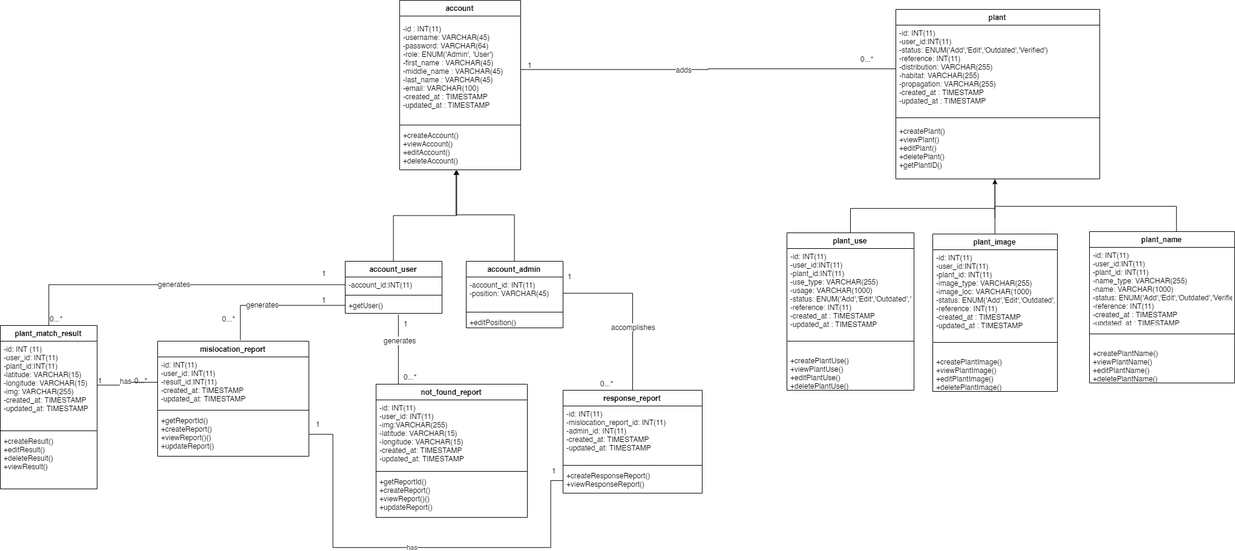
seans888/project--lyf keeps this draw.io diagram as Documentations/Diagrams/2-Class Diagram/Class Diagram.png. Above is the earlier version. Source tidied: cells renumbered, new cells last; positions are measured from the earlier drawing's top-left corner, leaving out a move shared by most shapes.
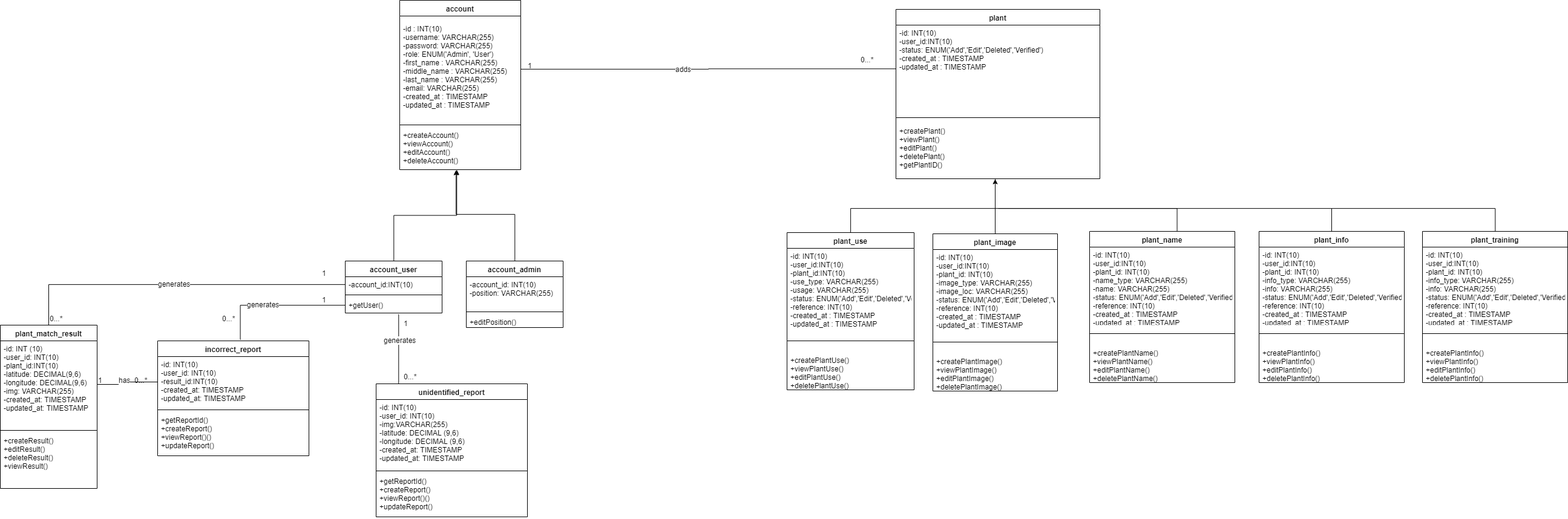
After the change.

Change to the diagram source:
```diff
@@ -7,3 +7,3 @@
     </mxCell>
-    <mxCell id="3" value="&#10;-id : INT(11)&#10;-username: VARCHAR(45)&#10;-password: VARCHAR(64)&#10;-role: ENUM('Admin', 'User')&#10;-first_name : VARCHAR(45)&#10;-middle_name : VARCHAR(45)&#10;-last_name : VARCHAR(45)&#10;-email: VARCHAR(100)&#10;-created_at : TIMESTAMP&#10;-updated_at : TIMESTAMP&#10;&#10;" style="text;strokeColor=none;fillColor=none;align=left;verticalAlign=middle;spacingLeft=4;spacingRight=4;overflow=hidden;points=[[0,0.5],[1,0.5]];portConstraint=eastwest;" parent="2" vertex="1">
+    <mxCell id="3" value="&#10;-id : INT(10)&#10;-username: VARCHAR(255)&#10;-password: VARCHAR(255)&#10;-role: ENUM('Admin', 'User')&#10;-first_name : VARCHAR(255)&#10;-middle_name : VARCHAR(255)&#10;-last_name : VARCHAR(255)&#10;-email: VARCHAR(255)&#10;-created_at : TIMESTAMP&#10;-updated_at : TIMESTAMP&#10;&#10;" style="text;strokeColor=none;fillColor=none;align=left;verticalAlign=middle;spacingLeft=4;spacingRight=4;overflow=hidden;points=[[0,0.5],[1,0.5]];portConstraint=eastwest;" parent="2" vertex="1">
       <mxGeometry y="26" width="200" height="176" as="geometry" />
@@ -22,3 +22,3 @@
     </mxCell>
-    <mxCell id="8" value="-account_id:INT(11)" style="text;strokeColor=none;fillColor=none;align=left;verticalAlign=top;spacingLeft=4;spacingRight=4;overflow=hidden;points=[[0,0.5],[1,0.5]];portConstraint=eastwest;" parent="7" vertex="1">
+    <mxCell id="8" value="-account_id:INT(10)" style="text;strokeColor=none;fillColor=none;align=left;verticalAlign=top;spacingLeft=4;spacingRight=4;overflow=hidden;points=[[0,0.5],[1,0.5]];portConstraint=eastwest;" parent="7" vertex="1">
       <mxGeometry y="26" width="160" height="26" as="geometry" />
@@ -34,3 +34,3 @@
     </mxCell>
-    <mxCell id="12" value="-id: INT (11)&#10;-user_id: INT(11)&#10;-plant_id:INT(11)&#10;-latitude: VARCHAR(15)&#10;-longitude: VARCHAR(15)&#10;-img: VARCHAR(255)&#10;-created_at: TIMESTAMP&#10;-updated_at: TIMESTAMP" style="text;strokeColor=none;fillColor=none;align=left;verticalAlign=top;spacingLeft=4;spacingRight=4;overflow=hidden;points=[[0,0.5],[1,0.5]];portConstraint=eastwest;" parent="11" vertex="1">
+    <mxCell id="12" value="-id: INT (10)&#10;-user_id: INT(10)&#10;-plant_id:INT(10)&#10;-latitude: DECIMAL(9,6)&#10;-longitude: DECIMAL(9,6)&#10;-img: VARCHAR(255)&#10;-created_at: TIMESTAMP&#10;-updated_at: TIMESTAMP" style="text;strokeColor=none;fillColor=none;align=left;verticalAlign=top;spacingLeft=4;spacingRight=4;overflow=hidden;points=[[0,0.5],[1,0.5]];portConstraint=eastwest;" parent="11" vertex="1">
       <mxGeometry y="26" width="160" height="144" as="geometry" />
@@ -43,14 +43,2 @@
     </mxCell>
-    <mxCell id="15" value="response_report" style="swimlane;fontStyle=1;align=center;verticalAlign=top;horizontal=1;startSize=26;labelBackgroundColor=#ffffff;" parent="1" vertex="1">
-      <mxGeometry x="930" y="644" width="230" height="170" as="geometry" />
-    </mxCell>
-    <mxCell id="16" value="-id: INT(11)&#10;-mislocation_report_id: INT(11)&#10;-admin_id: INT(11)&#10;-created_at: TIMESTAMP&#10;-updated_at: TIMESTAMP&#10;" style="text;strokeColor=none;fillColor=none;align=left;verticalAlign=top;spacingLeft=4;spacingRight=4;overflow=hidden;" parent="15" vertex="1">
-      <mxGeometry y="26" width="230" height="94" as="geometry" />
-    </mxCell>
-    <mxCell id="17" style="line;strokeWidth=1;fillColor=none;align=left;verticalAlign=middle;spacingTop=-1;spacingLeft=3;spacingRight=3;labelPosition=right;" parent="15" vertex="1">
-      <mxGeometry y="120" width="230" height="8" as="geometry" />
-    </mxCell>
-    <mxCell id="18" value="+createResponseReport()&#10;+viewResponseReport()&#10;" style="text;strokeColor=none;fillColor=none;align=left;verticalAlign=top;spacingLeft=4;spacingRight=4;overflow=hidden;points=[[0,0.5],[1,0.5]];portConstraint=eastwest;" parent="15" vertex="1">
-      <mxGeometry y="128" width="230" height="42" as="geometry" />
-    </mxCell>
     <mxCell id="19" style="edgeStyle=orthogonalEdgeStyle;rounded=0;html=1;exitX=0.5;exitY=0;exitDx=0;exitDy=0;entryX=0.465;entryY=1.011;entryDx=0;entryDy=0;entryPerimeter=0;jettySize=auto;" parent="1" edge="1" source="20" target="5">
@@ -66,3 +54,3 @@
     </mxCell>
-    <mxCell id="21" value="-account_id: INT(11)&#10;-position: VARCHAR(45)" style="text;strokeColor=none;fillColor=none;align=left;verticalAlign=top;spacingLeft=4;spacingRight=4;overflow=hidden;points=[[0,0.5],[1,0.5]];portConstraint=eastwest;" parent="20" vertex="1">
+    <mxCell id="21" value="-account_id: INT(10)&#10;-position: VARCHAR(255)" style="text;strokeColor=none;fillColor=none;align=left;verticalAlign=top;spacingLeft=4;spacingRight=4;overflow=hidden;points=[[0,0.5],[1,0.5]];portConstraint=eastwest;" parent="20" vertex="1">
       <mxGeometry y="26" width="160" height="54" as="geometry" />
@@ -78,3 +66,3 @@
     </mxCell>
-    <mxCell id="25" value="-id: INT(11)&#10;-user_id:INT(11)&#10;-status: ENUM('Add','Edit','Outdated','Verified')&#10;-reference: INT(11)&#10;-distribution: VARCHAR(255)&#10;-habitat: VARCHAR(255)&#10;-propagation: VARCHAR(255)&#10;-created_at : TIMESTAMP&#10;-updated_at : TIMESTAMP&#10;" style="text;strokeColor=none;fillColor=none;align=left;verticalAlign=top;spacingLeft=4;spacingRight=4;overflow=hidden;points=[[0,0.5],[1,0.5]];portConstraint=eastwest;" parent="24" vertex="1">
+    <mxCell id="25" value="-id: INT(10)&#10;-user_id:INT(10)&#10;-status: ENUM('Add','Edit','Deleted','Verified')&#10;-created_at : TIMESTAMP&#10;-updated_at : TIMESTAMP&#10;" style="text;strokeColor=none;fillColor=none;align=left;verticalAlign=top;spacingLeft=4;spacingRight=4;overflow=hidden;points=[[0,0.5],[1,0.5]];portConstraint=eastwest;" parent="24" vertex="1">
       <mxGeometry y="26" width="337" height="144" as="geometry" />
@@ -98,3 +86,3 @@
     </mxCell>
-    <mxCell id="30" value="-id: INT(11)&#10;-user_id:INT(11)&#10;-plant_id:INT(11)&#10;-use_type: VARCHAR(255)&#10;-usage: VARCHAR(1000)&#10;-status: ENUM('Add','Edit','Outdated','Verified')&#10;-reference: INT(11)&#10;-created_at : TIMESTAMP&#10;-updated_at : TIMESTAMP&#10;" style="text;strokeColor=none;fillColor=none;align=left;verticalAlign=top;spacingLeft=4;spacingRight=4;overflow=hidden;" parent="29" vertex="1">
+    <mxCell id="30" value="-id: INT(10)&#10;-user_id:INT(10)&#10;-plant_id:INT(10)&#10;-use_type: VARCHAR(255)&#10;-usage: VARCHAR(255)&#10;-status: ENUM('Add','Edit','Deleted','Verified')&#10;-reference: INT(10)&#10;-created_at : TIMESTAMP&#10;-updated_at : TIMESTAMP&#10;" style="text;strokeColor=none;fillColor=none;align=left;verticalAlign=top;spacingLeft=4;spacingRight=4;overflow=hidden;" parent="29" vertex="1">
       <mxGeometry y="26" width="210" height="134" as="geometry" />
@@ -117,3 +105,3 @@
     </mxCell>
-    <mxCell id="35" value="-id: INT(11)&#10;-user_id:INT(11)&#10;-plant_id: INT(11)&#10;-image_type: VARCHAR(255)&#10;-image_loc: VARCHAR(1000)&#10;-status: ENUM('Add','Edit','Outdated','Verified')&#10;-reference: INT(11)&#10;-created_at : TIMESTAMP&#10;-updated_at : TIMESTAMP&#10;" style="text;strokeColor=none;fillColor=none;align=left;verticalAlign=top;spacingLeft=4;spacingRight=4;overflow=hidden;" parent="34" vertex="1">
+    <mxCell id="35" value="-id: INT(10)&#10;-user_id:INT(10)&#10;-plant_id: INT(10)&#10;-image_type: VARCHAR(255)&#10;-image_loc: VARCHAR(255)&#10;-status: ENUM('Add','Edit','Deleted','Verified')&#10;-reference: INT(10)&#10;-created_at : TIMESTAMP&#10;-updated_at : TIMESTAMP&#10;" style="text;strokeColor=none;fillColor=none;align=left;verticalAlign=top;spacingLeft=4;spacingRight=4;overflow=hidden;" parent="34" vertex="1">
       <mxGeometry y="26" width="206" height="134" as="geometry" />
@@ -138,14 +126,2 @@
     </mxCell>
-    <mxCell id="42" style="edgeStyle=orthogonalEdgeStyle;rounded=0;html=1;exitX=1;exitY=0.5;exitDx=0;exitDy=0;startArrow=none;startFill=0;endArrow=none;endFill=0;jettySize=auto;" parent="1" edge="1" source="21" target="15">
-      <mxGeometry relative="1" as="geometry" />
-    </mxCell>
-    <mxCell id="43" value="accomplishes" style="text;html=1;align=center;verticalAlign=middle;labelBackgroundColor=#ffffff;" parent="42" vertex="1">
-      <mxGeometry x="0.24" y="1" relative="1" as="geometry" />
-    </mxCell>
-    <mxCell id="44" value="1" style="text;html=1;align=left;verticalAlign=top;spacingTop=-4;" parent="1" vertex="1">
-      <mxGeometry x="936" y="447" width="20" height="10" as="geometry" />
-    </mxCell>
-    <mxCell id="45" value="0...*" style="text;html=1;align=left;verticalAlign=top;spacingTop=-4;" parent="1" vertex="1">
-      <mxGeometry x="990" y="624" width="40" height="10" as="geometry" />
-    </mxCell>
     <mxCell id="46" style="edgeStyle=orthogonalEdgeStyle;rounded=0;html=1;exitX=1;exitY=0.5;exitDx=0;exitDy=0;entryX=0;entryY=0.5;entryDx=0;entryDy=0;startArrow=none;startFill=0;endArrow=none;endFill=0;jettySize=auto;" parent="1" edge="1" source="3" target="25">
@@ -162,6 +138,6 @@
     </mxCell>
-    <mxCell id="50" value="mislocation_report" style="swimlane;fontStyle=1;align=center;verticalAlign=top;horizontal=1;startSize=26;labelBackgroundColor=#ffffff;" parent="1" vertex="1">
+    <mxCell id="50" value="incorrect_report" style="swimlane;fontStyle=1;align=center;verticalAlign=top;horizontal=1;startSize=26;labelBackgroundColor=#ffffff;" parent="1" vertex="1">
       <mxGeometry x="260" y="563" width="250" height="190" as="geometry" />
     </mxCell>
-    <mxCell id="51" value="-id: INT(11)&#10;-user_id: INT(11)&#10;-result_id:INT(11)&#10;-created_at: TIMESTAMP&#10;-updated_at: TIMESTAMP&#10;" style="text;strokeColor=none;fillColor=none;align=left;verticalAlign=top;spacingLeft=4;spacingRight=4;overflow=hidden;points=[[0,0.5],[1,0.5]];portConstraint=eastwest;" parent="50" vertex="1">
+    <mxCell id="51" value="-id: INT(10)&#10;-user_id: INT(10)&#10;-result_id:INT(10)&#10;-created_at: TIMESTAMP&#10;-updated_at: TIMESTAMP&#10;" style="text;strokeColor=none;fillColor=none;align=left;verticalAlign=top;spacingLeft=4;spacingRight=4;overflow=hidden;points=[[0,0.5],[1,0.5]];portConstraint=eastwest;" parent="50" vertex="1">
       <mxGeometry y="26" width="250" height="84" as="geometry" />
@@ -187,6 +163,6 @@
     </mxCell>
-    <mxCell id="56" value="not_found_report" style="swimlane;fontStyle=1;align=center;verticalAlign=top;horizontal=1;startSize=26;labelBackgroundColor=#ffffff;" parent="1" vertex="1">
+    <mxCell id="56" value="unidentified_report" style="swimlane;fontStyle=1;align=center;verticalAlign=top;horizontal=1;startSize=26;labelBackgroundColor=#ffffff;" parent="1" vertex="1">
       <mxGeometry x="621" y="634" width="250" height="220" as="geometry" />
     </mxCell>
-    <mxCell id="57" value="-id: INT(11)&#10;-user_id: INT(11)&#10;-img:VARCHAR(255)&#10;-latitude: VARCHAR(15)&#10;-longitude: VARCHAR(15)&#10;-created_at: TIMESTAMP&#10;-updated_at: TIMESTAMP&#10;" style="text;strokeColor=none;fillColor=none;align=left;verticalAlign=top;spacingLeft=4;spacingRight=4;overflow=hidden;" parent="56" vertex="1">
+    <mxCell id="57" value="-id: INT(10)&#10;-user_id: INT(10)&#10;-img:VARCHAR(255)&#10;-latitude: DECIMAL (9,6)&#10;-longitude: DECIMAL (9,6)&#10;-created_at: TIMESTAMP&#10;-updated_at: TIMESTAMP&#10;" style="text;strokeColor=none;fillColor=none;align=left;verticalAlign=top;spacingLeft=4;spacingRight=4;overflow=hidden;" parent="56" vertex="1">
       <mxGeometry y="26" width="250" height="114" as="geometry" />
@@ -231,18 +207,2 @@
     </mxCell>
-    <mxCell id="70" value="has" style="edgeStyle=orthogonalEdgeStyle;rounded=0;jettySize=auto;html=1;exitX=1;exitY=0.5;exitDx=0;exitDy=0;entryX=0;entryY=0.5;entryDx=0;entryDy=0;endArrow=none;endFill=0;" parent="1" edge="1" source="53" target="18">
-      <mxGeometry relative="1" as="geometry">
-        <Array as="points">
-          <mxPoint x="550" y="717" />
-          <mxPoint x="550" y="904" />
-          <mxPoint x="910" y="904" />
-          <mxPoint x="910" y="793" />
-        </Array>
-      </mxGeometry>
-    </mxCell>
-    <mxCell id="71" value="1" style="text;html=1;align=left;verticalAlign=top;spacingTop=-4;" parent="1" vertex="1">
-      <mxGeometry x="520" y="691" width="20" height="20" as="geometry" />
-    </mxCell>
-    <mxCell id="72" value="1" style="text;html=1;align=left;verticalAlign=top;spacingTop=-4;" parent="1" vertex="1">
-      <mxGeometry x="910" y="768" width="20" height="20" as="geometry" />
-    </mxCell>
     <mxCell id="73" style="edgeStyle=orthogonalEdgeStyle;rounded=0;orthogonalLoop=1;jettySize=auto;html=1;exitX=0.5;exitY=0;exitDx=0;exitDy=0;endArrow=none;endFill=0;" parent="1" edge="1">
@@ -252,4 +212,4 @@
         <Array as="points">
-          <mxPoint x="1944" y="340" />
-          <mxPoint x="1644" y="340" />
+          <mxPoint x="1944" y="344" />
+          <mxPoint x="1644" y="344" />
         </Array>
@@ -260,3 +220,3 @@
     </mxCell>
-    <mxCell id="75" value="-id: INT(11)&#10;-user_id:INT(11)&#10;-plant_id: INT(11)&#10;-name_type: VARCHAR(255)&#10;-name: VARCHAR(1000)&#10;-status: ENUM('Add','Edit','Outdated','Verified')&#10;-reference: INT(11)&#10;-created_at : TIMESTAMP&#10;-updated_at : TIMESTAMP&#10;" style="text;strokeColor=none;fillColor=none;align=left;verticalAlign=top;spacingLeft=4;spacingRight=4;overflow=hidden;" parent="74" vertex="1">
+    <mxCell id="75" value="-id: INT(10)&#10;-user_id:INT(10)&#10;-plant_id: INT(10)&#10;-name_type: VARCHAR(255)&#10;-name: VARCHAR(255)&#10;-status: ENUM('Add','Edit','Deleted','Verified')&#10;-reference: INT(10)&#10;-created_at : TIMESTAMP&#10;-updated_at : TIMESTAMP&#10;" style="text;strokeColor=none;fillColor=none;align=left;verticalAlign=top;spacingLeft=4;spacingRight=4;overflow=hidden;" parent="74" vertex="1">
       <mxGeometry y="26" width="240" height="124" as="geometry" />
@@ -269,2 +229,44 @@
     </mxCell>
+    <mxCell id="78" style="edgeStyle=orthogonalEdgeStyle;rounded=0;jettySize=auto;html=1;exitX=0.5;exitY=0;exitDx=0;exitDy=0;endArrow=none;endFill=0;" parent="1" edge="1" source="79">
+      <mxGeometry relative="1" as="geometry">
+        <mxPoint x="1649" y="344" as="targetPoint" />
+        <Array as="points">
+          <mxPoint x="2200" y="344" />
+          <mxPoint x="1649" y="344" />
+        </Array>
+      </mxGeometry>
+    </mxCell>
+    <mxCell id="79" value="plant_info" style="swimlane;fontStyle=1;align=center;verticalAlign=top;horizontal=1;startSize=26;" parent="1" vertex="1">
+      <mxGeometry x="2080" y="382" width="240" height="250" as="geometry" />
+    </mxCell>
+    <mxCell id="80" value="-id: INT(10)&#10;-user_id:INT(10)&#10;-plant_id: INT(10)&#10;-info_type: VARCHAR(255)&#10;-info: VARCHAR(255)&#10;-status: ENUM('Add','Edit','Deleted','Verified')&#10;-reference: INT(10)&#10;-created_at : TIMESTAMP&#10;-updated_at : TIMESTAMP&#10;" style="text;strokeColor=none;fillColor=none;align=left;verticalAlign=top;spacingLeft=4;spacingRight=4;overflow=hidden;" parent="79" vertex="1">
+      <mxGeometry y="26" width="240" height="124" as="geometry" />
+    </mxCell>
+    <mxCell id="81" style="line;strokeWidth=1;fillColor=none;align=left;verticalAlign=middle;spacingTop=-1;spacingLeft=3;spacingRight=3;labelPosition=right;" parent="79" vertex="1">
+      <mxGeometry y="150" width="240" height="38" as="geometry" />
+    </mxCell>
+    <mxCell id="82" value="+createPlantInfo()&#10;+viewPlantInfo()&#10;+editPlantInfo()&#10;+deletePlantInfo()&#10;" style="text;strokeColor=none;fillColor=none;align=left;verticalAlign=top;spacingLeft=4;spacingRight=4;overflow=hidden;" parent="79" vertex="1">
+      <mxGeometry y="188" width="240" height="62" as="geometry" />
+    </mxCell>
+    <mxCell id="83" style="edgeStyle=orthogonalEdgeStyle;rounded=0;jettySize=auto;html=1;exitX=0.5;exitY=0;exitDx=0;exitDy=0;endArrow=none;endFill=0;" parent="1" edge="1" source="84">
+      <mxGeometry relative="1" as="geometry">
+        <mxPoint x="2200" y="344" as="targetPoint" />
+        <Array as="points">
+          <mxPoint x="2470" y="344" />
+          <mxPoint x="2200" y="344" />
+        </Array>
+      </mxGeometry>
+    </mxCell>
+    <mxCell id="84" value="plant_training" style="swimlane;fontStyle=1;align=center;verticalAlign=top;horizontal=1;startSize=26;" parent="1" vertex="1">
+      <mxGeometry x="2350" y="382" width="240" height="250" as="geometry" />
+    </mxCell>
+    <mxCell id="85" value="-id: INT(10)&#10;-user_id:INT(10)&#10;-plant_id: INT(10)&#10;-info_type: VARCHAR(255)&#10;-info: VARCHAR(255)&#10;-status: ENUM('Add','Edit','Deleted','Verified')&#10;-reference: INT(10)&#10;-created_at : TIMESTAMP&#10;-updated_at : TIMESTAMP&#10;" style="text;strokeColor=none;fillColor=none;align=left;verticalAlign=top;spacingLeft=4;spacingRight=4;overflow=hidden;" parent="84" vertex="1">
+      <mxGeometry y="26" width="240" height="124" as="geometry" />
+    </mxCell>
+    <mxCell id="86" style="line;strokeWidth=1;fillColor=none;align=left;verticalAlign=middle;spacingTop=-1;spacingLeft=3;spacingRight=3;labelPosition=right;" parent="84" vertex="1">
+      <mxGeometry y="150" width="240" height="38" as="geometry" />
+    </mxCell>
+    <mxCell id="87" value="+createPlantInfo()&#10;+viewPlantInfo()&#10;+editPlantInfo()&#10;+deletePlantInfo()&#10;" style="text;strokeColor=none;fillColor=none;align=left;verticalAlign=top;spacingLeft=4;spacingRight=4;overflow=hidden;" parent="84" vertex="1">
+      <mxGeometry y="188" width="240" height="62" as="geometry" />
+    </mxCell>
   </root>
```
